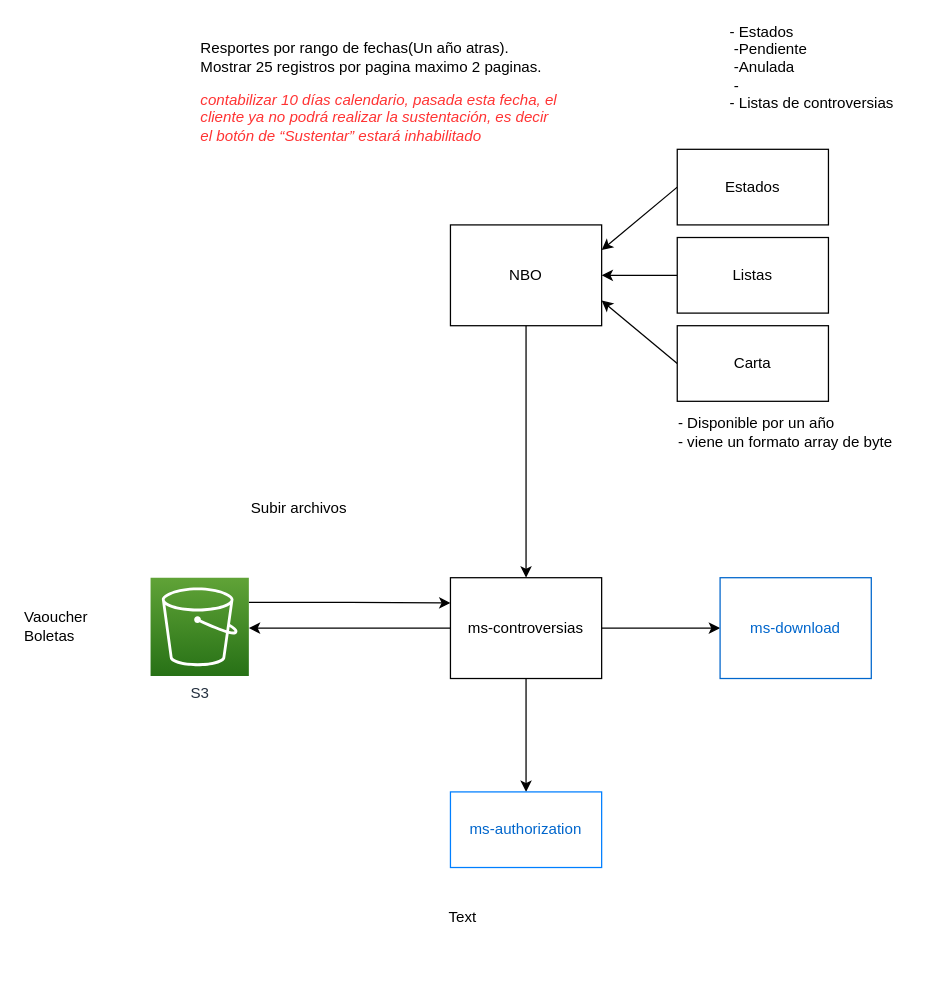
Earlier version of the draw.io diagram Untitled Diagram.drawio (soyHouston256/git_new). Source tidied: cells renumbered, new cells numbered last; positions are measured from the earlier drawing's top-left corner, leaving out a move shared by most shapes. Both pictures are drawn from the tidied source at 126%, with x=0, y=0 at pixel (21, 60).
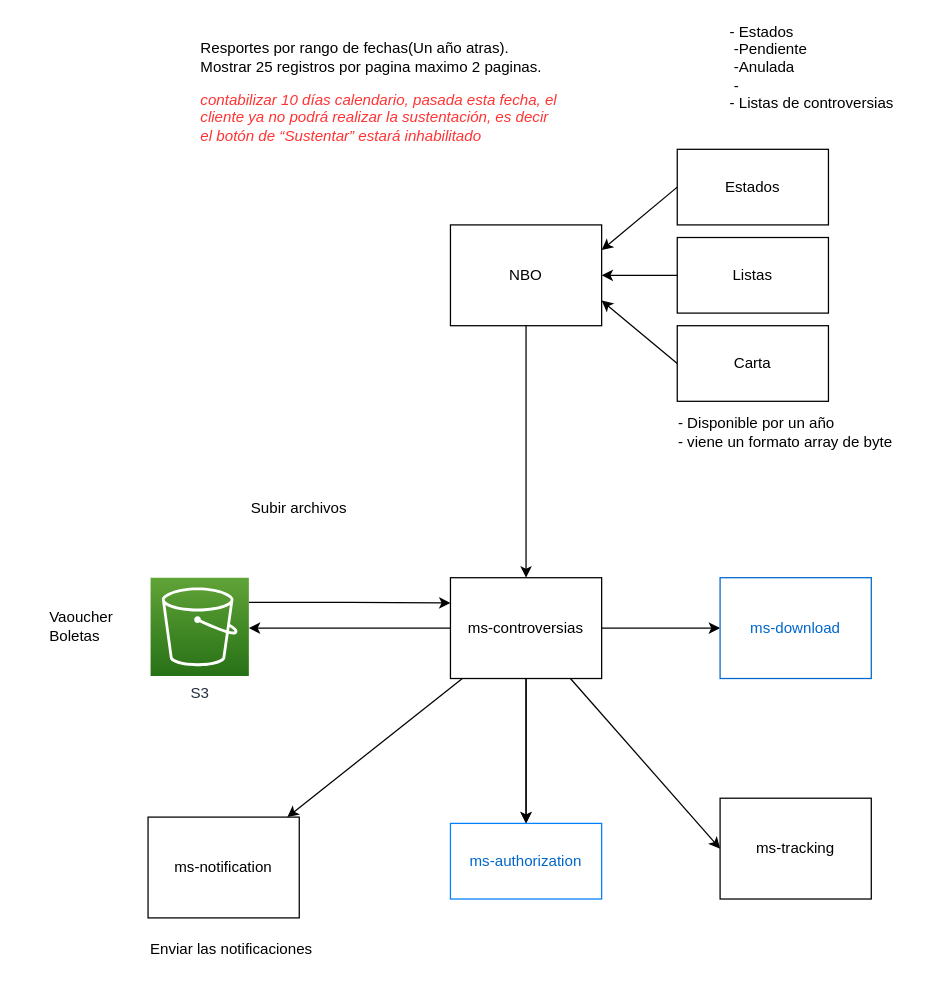
The same diagram, later.

Unchanged cells that the change refers to:
```xml
<mxCell id="5" value="ms-controversias" style="whiteSpace=wrap;html=1;" parent="1" vertex="1">
  <mxGeometry x="340" y="410" width="120" height="80" as="geometry" />
</mxCell>
```

The edit, as a diff of the source:
```diff
@@
+    <mxCell id="24" style="rounded=0;jettySize=auto;html=1;entryX=0;entryY=0.5;entryDx=0;entryDy=0;" parent="1" edge="1" source="5" target="27">
+      <mxGeometry relative="1" as="geometry" />
+    </mxCell>
+    <mxCell id="25" style="edgeStyle=orthogonalEdgeStyle;rounded=0;jettySize=auto;html=1;" parent="1" edge="1" source="5" target="22">
+      <mxGeometry relative="1" as="geometry" />
+    </mxCell>
+    <mxCell id="26" style="rounded=0;jettySize=auto;html=1;" parent="1" edge="1" source="5" target="28">
+      <mxGeometry relative="1" as="geometry" />
+    </mxCell>
@@
     <mxCell id="21" value="Vaoucher&lt;br&gt;Boletas" style="text;html=1;strokeColor=none;fillColor=none;align=left;verticalAlign=middle;whiteSpace=wrap;rounded=0;" parent="1" vertex="1">
-      <mxGeometry y="434" width="60" height="30" as="geometry" />
+      <mxGeometry x="20" y="434" width="60" height="30" as="geometry" />
     </mxCell>
     <mxCell id="22" value="ms-authorization" style="whiteSpace=wrap;html=1;fontColor=#0066CC;strokeColor=#007FFF;" parent="1" vertex="1">
-      <mxGeometry x="340" y="580" width="120" height="60" as="geometry" />
+      <mxGeometry x="340" y="605" width="120" height="60" as="geometry" />
     </mxCell>
-    <mxCell id="23" value="Text" style="text;html=1;strokeColor=none;fillColor=none;align=center;verticalAlign=middle;whiteSpace=wrap;rounded=0;" parent="1" vertex="1">
-      <mxGeometry x="320" y="665" width="60" height="30" as="geometry" />
+    <mxCell id="23" value="Enviar las notificaciones" style="text;html=1;strokeColor=none;fillColor=none;align=left;verticalAlign=middle;whiteSpace=wrap;rounded=0;" parent="1" vertex="1">
+      <mxGeometry x="100" y="690" width="180" height="30" as="geometry" />
     </mxCell>
+    <mxCell id="27" value="ms-tracking" style="whiteSpace=wrap;html=1;strokeColor=default;" parent="1" vertex="1">
+      <mxGeometry x="554" y="585" width="120" height="80" as="geometry" />
+    </mxCell>
+    <mxCell id="28" value="ms-notification" style="whiteSpace=wrap;html=1;" parent="1" vertex="1">
+      <mxGeometry x="100" y="600" width="120" height="80" as="geometry" />
+    </mxCell>
```
